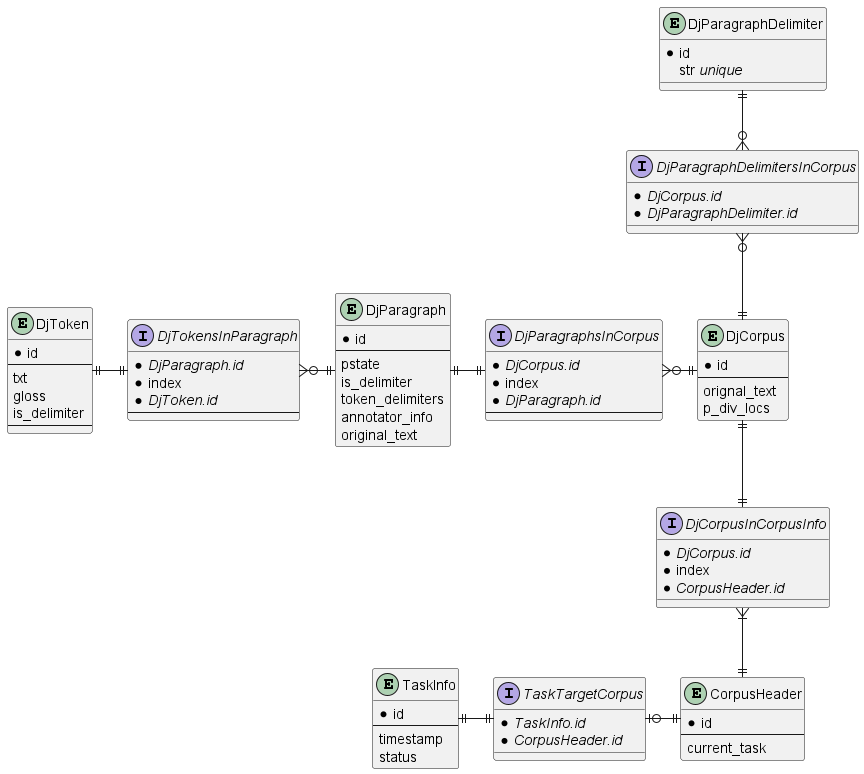
The PlantUML diagram docs/design/images/er_dj_serializables.png in parkchamchi/GlossySnake, before a commit.
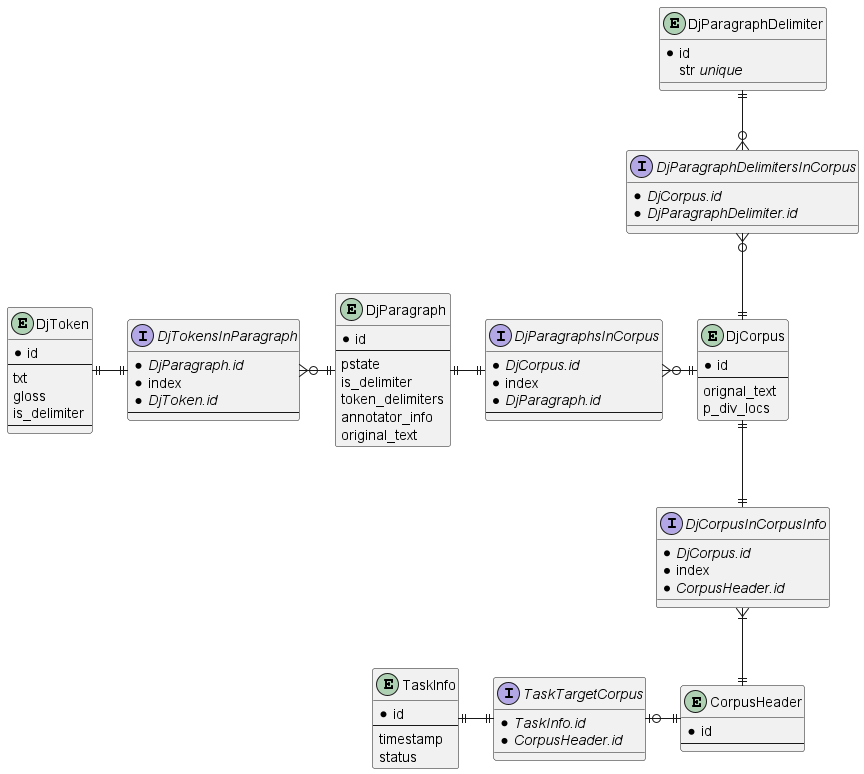
The same file after the commit.

The edit, as a diff of the source:
```diff
@@ -59,7 +59,6 @@
 entity CorpusHeader {
 	* id
 	---
-	current_task
 }
 
 interface DjCorpusInCorpusInfo {
```
